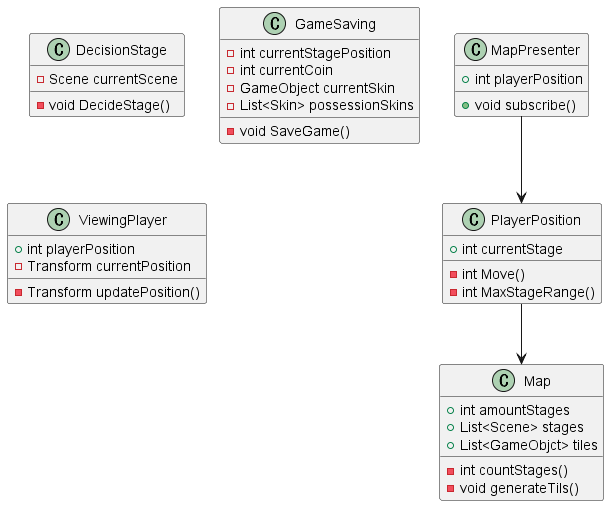
Above: Assets/ScripArchitecture/out/SelectingStageArchitecture/MapScene.png in 44yyp9/Slow-dancer (PlantUML), before the change.
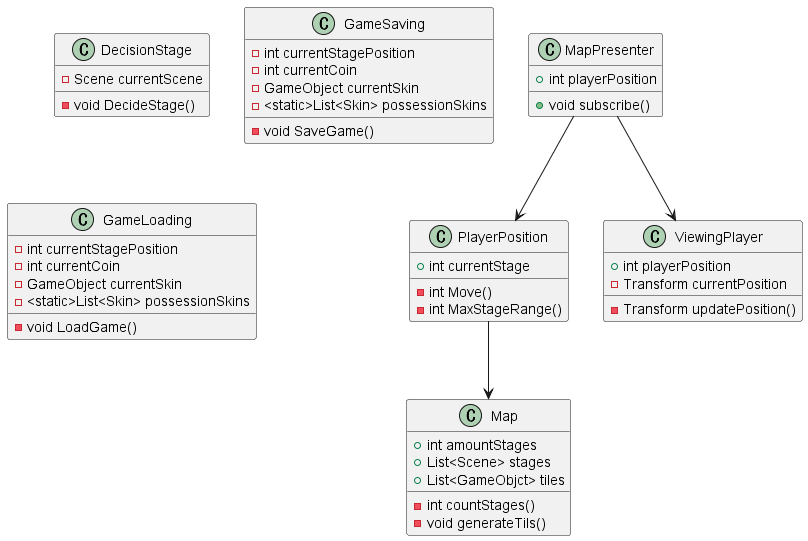
After the commit.

Diff of the diagram source:
```diff
@@ -19,8 +19,15 @@
     -int currentStagePosition
     -int currentCoin
     -GameObject currentSkin
-    -List<Skin> possessionSkins
+    -<static>List<Skin> possessionSkins
     -void SaveGame()
+}
+class GameLoading{
+    -int currentStagePosition
+    -int currentCoin
+    -GameObject currentSkin
+    -<static>List<Skin> possessionSkins
+    -void LoadGame()
 }
 class MapPresenter{
     +int playerPosition
@@ -33,4 +40,5 @@
 }
 PlayerPosition-->Map
 MapPresenter-->PlayerPosition
+MapPresenter-->ViewingPlayer
 @enduml
```
